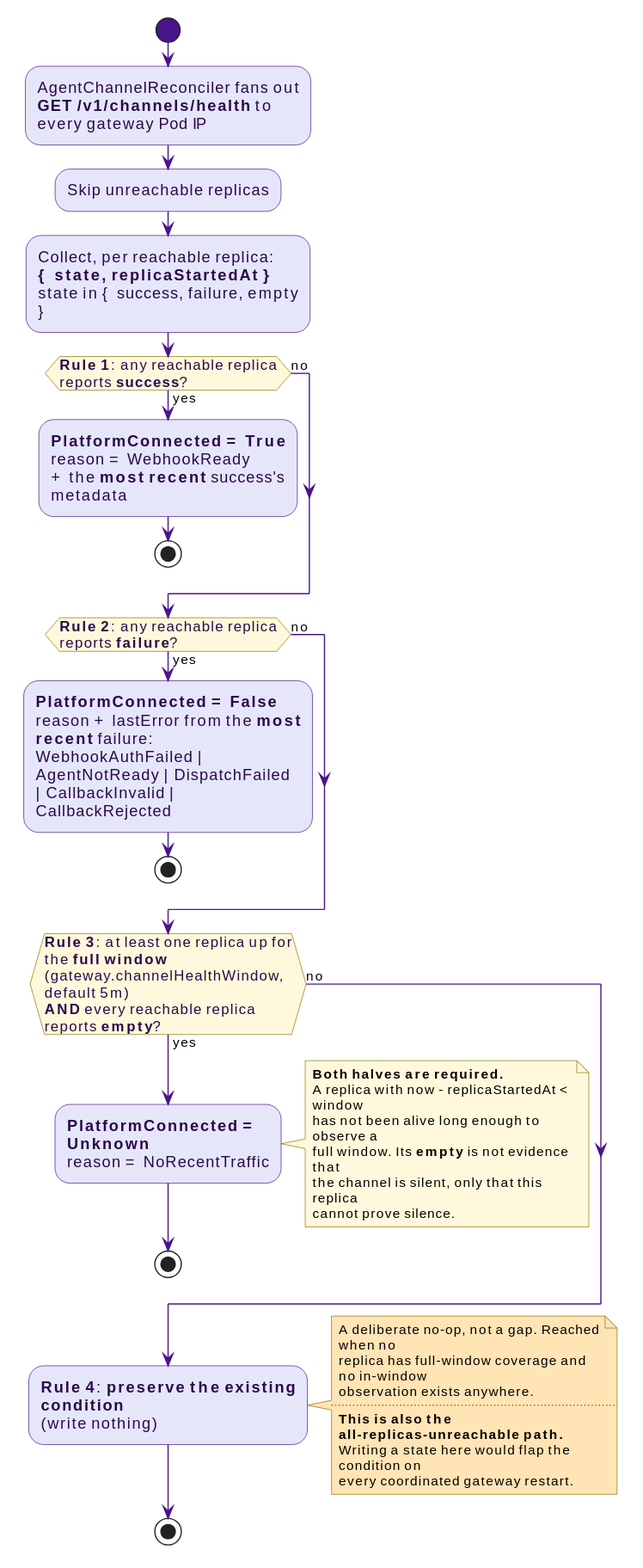
Above: docs/src/diagrams/channel-health-reduction.svg in win07xp/kaalm (PlantUML), before the change. Its diagram source:
```plantuml
@startuml
!include _style.puml

start
:AgentChannelReconciler fans out
**GET /v1/channels/health** to every gateway Pod IP;
:Skip unreachable replicas;
:Collect, per reachable replica:
**{ state, replicaStartedAt }**
state in { success, failure, empty };

if (**Rule 1**: any reachable replica reports **success**?) then (yes)
  :**PlatformConnected = True**
  reason = WebhookReady
  + the **most recent** success's metadata;
  stop
else (no)
endif

if (**Rule 2**: any reachable replica reports **failure**?) then (yes)
  :**PlatformConnected = False**
  reason + lastError from the **most recent** failure:
  WebhookAuthFailed | AgentNotReady | DispatchFailed
  | CallbackInvalid | CallbackRejected;
  stop
else (no)
endif

if (**Rule 3**: at least one replica up for the **full window**\n(gateway.channelHealthWindow, default 5m)\n**AND** every reachable replica reports **empty**?) then (yes)
  :**PlatformConnected = Unknown**
  reason = NoRecentTraffic;
  note right
    **Both halves are required.**
    A replica with now - replicaStartedAt < window
    has not been alive long enough to observe a
    full window. Its **empty** is not evidence that
    the channel is silent, only that this replica
    cannot prove silence.
  end note
  stop
else (no)
endif

:**Rule 4**: **preserve the existing condition**
(write nothing);
note right #FFE4B5
  A deliberate no-op, not a gap. Reached when no
  replica has full-window coverage and no in-window
  observation exists anywhere.
  ....
  **This is also the all-replicas-unreachable path.**
  Writing a state here would flap the condition on
  every coordinated gateway restart.
end note
stop
@enduml
```
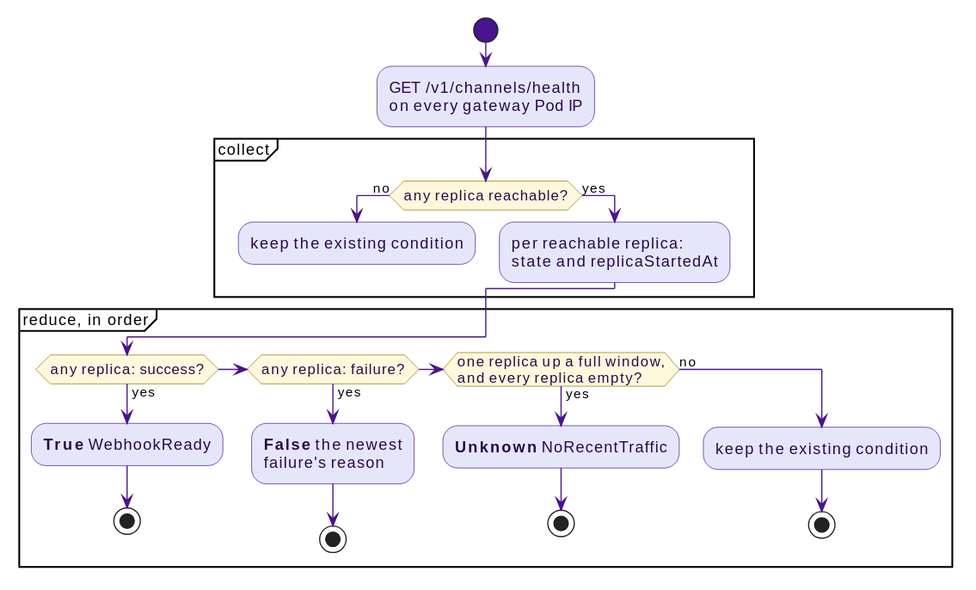
After the change.

Diff of the diagram source:
```diff
@@ -2,55 +2,30 @@
 !include _style.puml
 
 start
-:AgentChannelReconciler fans out
-**GET /v1/channels/health** to every gateway Pod IP;
-:Skip unreachable replicas;
-:Collect, per reachable replica:
-**{ state, replicaStartedAt }**
-state in { success, failure, empty };
+:GET /v1/channels/health\non every gateway Pod IP;
 
-if (**Rule 1**: any reachable replica reports **success**?) then (yes)
-  :**PlatformConnected = True**
-  reason = WebhookReady
-  + the **most recent** success's metadata;
-  stop
-else (no)
-endif
+partition "collect" {
+  if (any replica reachable?) then (no)
+    :keep the existing condition;
+    kill
+  else (yes)
+    :per reachable replica:\nstate and replicaStartedAt;
+  endif
+}
 
-if (**Rule 2**: any reachable replica reports **failure**?) then (yes)
-  :**PlatformConnected = False**
-  reason + lastError from the **most recent** failure:
-  WebhookAuthFailed | AgentNotReady | DispatchFailed
-  | CallbackInvalid | CallbackRejected;
-  stop
-else (no)
-endif
-
-if (**Rule 3**: at least one replica up for the **full window**\n(gateway.channelHealthWindow, default 5m)\n**AND** every reachable replica reports **empty**?) then (yes)
-  :**PlatformConnected = Unknown**
-  reason = NoRecentTraffic;
-  note right
-    **Both halves are required.**
-    A replica with now - replicaStartedAt < window
-    has not been alive long enough to observe a
-    full window. Its **empty** is not evidence that
-    the channel is silent, only that this replica
-    cannot prove silence.
-  end note
-  stop
-else (no)
-endif
-
-:**Rule 4**: **preserve the existing condition**
-(write nothing);
-note right #FFE4B5
-  A deliberate no-op, not a gap. Reached when no
-  replica has full-window coverage and no in-window
-  observation exists anywhere.
-  ....
-  **This is also the all-replicas-unreachable path.**
-  Writing a state here would flap the condition on
-  every coordinated gateway restart.
-end note
-stop
+partition "reduce, in order" {
+  if (any replica: success?) then (yes)
+    :**True** WebhookReady;
+    stop
+  elseif (any replica: failure?) then (yes)
+    :**False** the newest\nfailure's reason;
+    stop
+  elseif (one replica up a full window,\nand every replica empty?) then (yes)
+    :**Unknown** NoRecentTraffic;
+    stop
+  else (no)
+    :keep the existing condition;
+    stop
+  endif
+}
 @enduml
```
